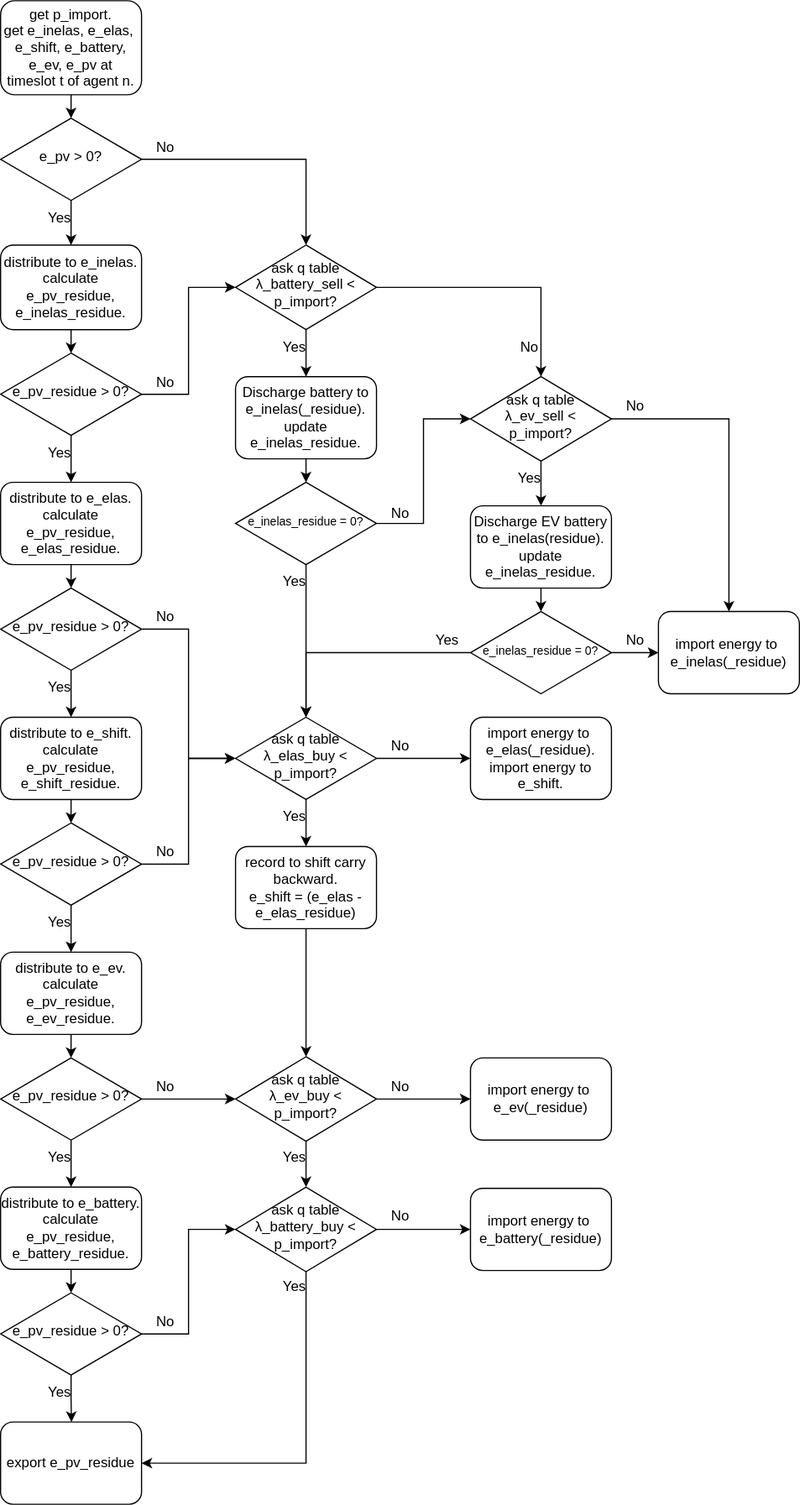
Earlier version of the draw.io export non-p2p_flow.drawio.svg (moooyu1121/master_thesis_model). Source tidied: cells renumbered, new cells last; positions are measured from the earlier drawing's top-left corner, leaving out a move shared by most shapes.
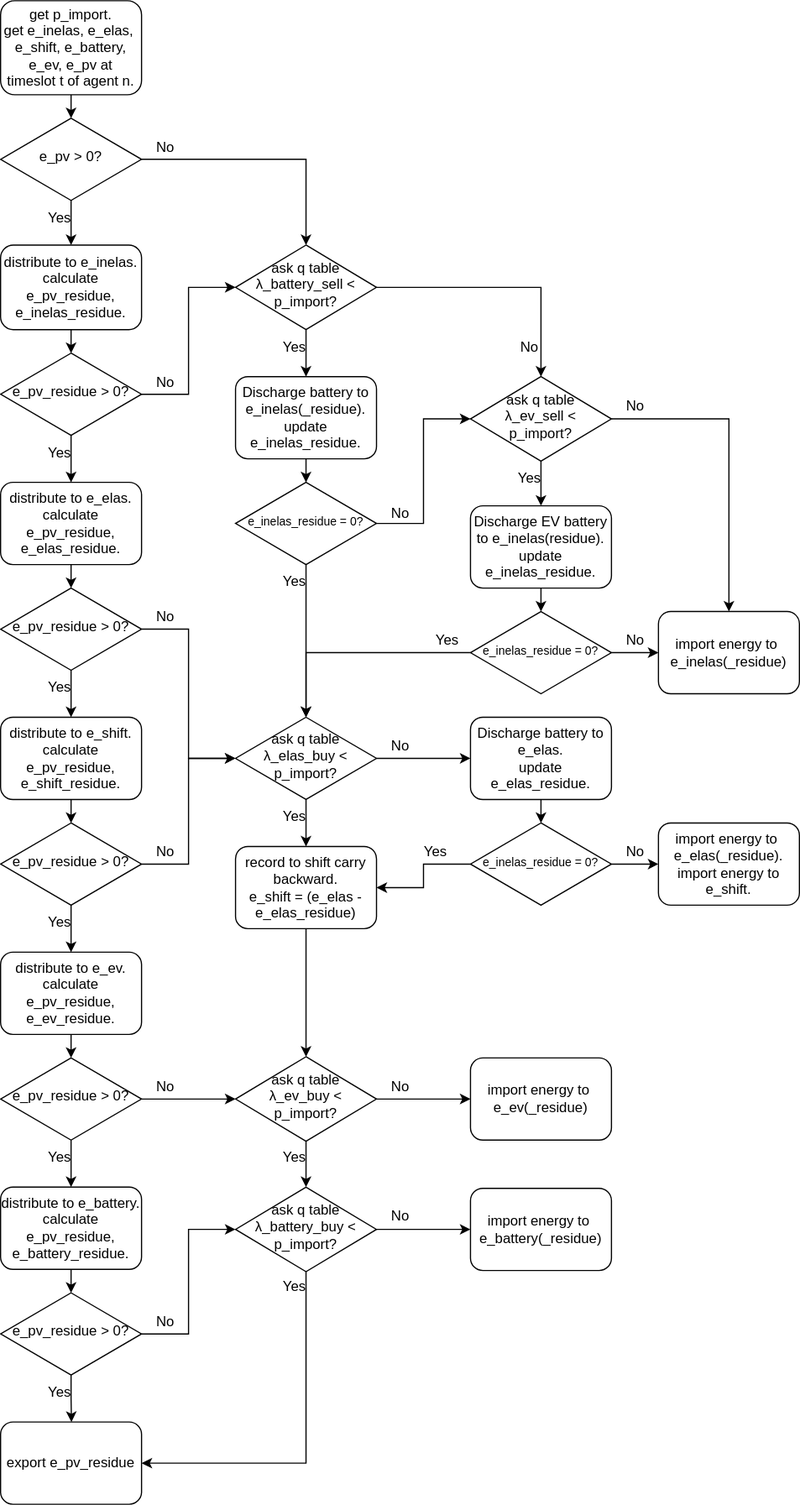
After the commit.

What changed in the source:
```diff
@@ -191,7 +191,10 @@
     <mxCell id="64" value="Yes" style="text;html=1;align=center;verticalAlign=middle;strokeColor=none;fillColor=none;" parent="1" vertex="1">
       <mxGeometry x="360" y="530" width="40" height="30" as="geometry" />
     </mxCell>
+    <mxCell id="90" style="edgeStyle=orthogonalEdgeStyle;rounded=0;jettySize=auto;html=1;exitX=0.5;exitY=1;exitDx=0;exitDy=0;entryX=0.5;entryY=0;entryDx=0;entryDy=0;" parent="1" edge="1" source="65" target="94">
+      <mxGeometry relative="1" as="geometry" />
+    </mxCell>
-    <mxCell id="65" value="import energy to&amp;nbsp;&lt;div&gt;e_elas(_residue).&lt;/div&gt;&lt;div&gt;import energy to e_shift.&lt;/div&gt;" style="rounded=1;whiteSpace=wrap;html=1;fontSize=12;glass=0;strokeWidth=1;shadow=0;" parent="1" vertex="1">
+    <mxCell id="65" value="Discharge battery to e_elas.&lt;div&gt;update e_elas_residue.&lt;/div&gt;" style="rounded=1;whiteSpace=wrap;html=1;fontSize=12;glass=0;strokeWidth=1;shadow=0;" parent="1" vertex="1">
       <mxGeometry x="400" y="610" width="120" height="70" as="geometry" />
     </mxCell>
     <mxCell id="66" value="No" style="text;html=1;align=center;verticalAlign=middle;strokeColor=none;fillColor=none;" parent="1" vertex="1">
@@ -268,5 +271,23 @@
     <mxCell id="89" value="Yes" style="text;html=1;align=center;verticalAlign=middle;strokeColor=none;fillColor=none;" parent="1" vertex="1">
       <mxGeometry x="230" y="1080" width="40" height="30" as="geometry" />
     </mxCell>
+    <mxCell id="91" value="import energy to&amp;nbsp;&lt;div&gt;e_elas(_residue).&lt;/div&gt;&lt;div&gt;import energy to e_shift.&lt;/div&gt;" style="rounded=1;whiteSpace=wrap;html=1;fontSize=12;glass=0;strokeWidth=1;shadow=0;" parent="1" vertex="1">
+      <mxGeometry x="560" y="700" width="120" height="70" as="geometry" />
+    </mxCell>
+    <mxCell id="92" style="edgeStyle=orthogonalEdgeStyle;rounded=0;jettySize=auto;html=1;entryX=0;entryY=0.5;entryDx=0;entryDy=0;" parent="1" edge="1" source="94" target="91">
+      <mxGeometry relative="1" as="geometry" />
+    </mxCell>
+    <mxCell id="93" style="edgeStyle=orthogonalEdgeStyle;rounded=0;jettySize=auto;html=1;exitX=0;exitY=0.5;exitDx=0;exitDy=0;entryX=1;entryY=0.5;entryDx=0;entryDy=0;" parent="1" edge="1" source="94" target="68">
+      <mxGeometry relative="1" as="geometry" />
+    </mxCell>
+    <mxCell id="94" value="&lt;font style=&quot;font-size: 10px;&quot;&gt;e_inelas_residue = 0?&lt;/font&gt;" style="rhombus;whiteSpace=wrap;html=1;shadow=0;fontFamily=Helvetica;fontSize=12;align=center;strokeWidth=1;spacing=6;spacingTop=-4;" parent="1" vertex="1">
+      <mxGeometry x="400" y="700" width="120" height="70" as="geometry" />
+    </mxCell>
+    <mxCell id="95" value="No" style="text;html=1;align=center;verticalAlign=middle;strokeColor=none;fillColor=none;" parent="1" vertex="1">
+      <mxGeometry x="520" y="710" width="40" height="30" as="geometry" />
+    </mxCell>
+    <mxCell id="96" value="Yes" style="text;html=1;align=center;verticalAlign=middle;strokeColor=none;fillColor=none;" parent="1" vertex="1">
+      <mxGeometry x="350" y="710" width="40" height="30" as="geometry" />
+    </mxCell>
   </root>
 </mxGraphModel>
```
